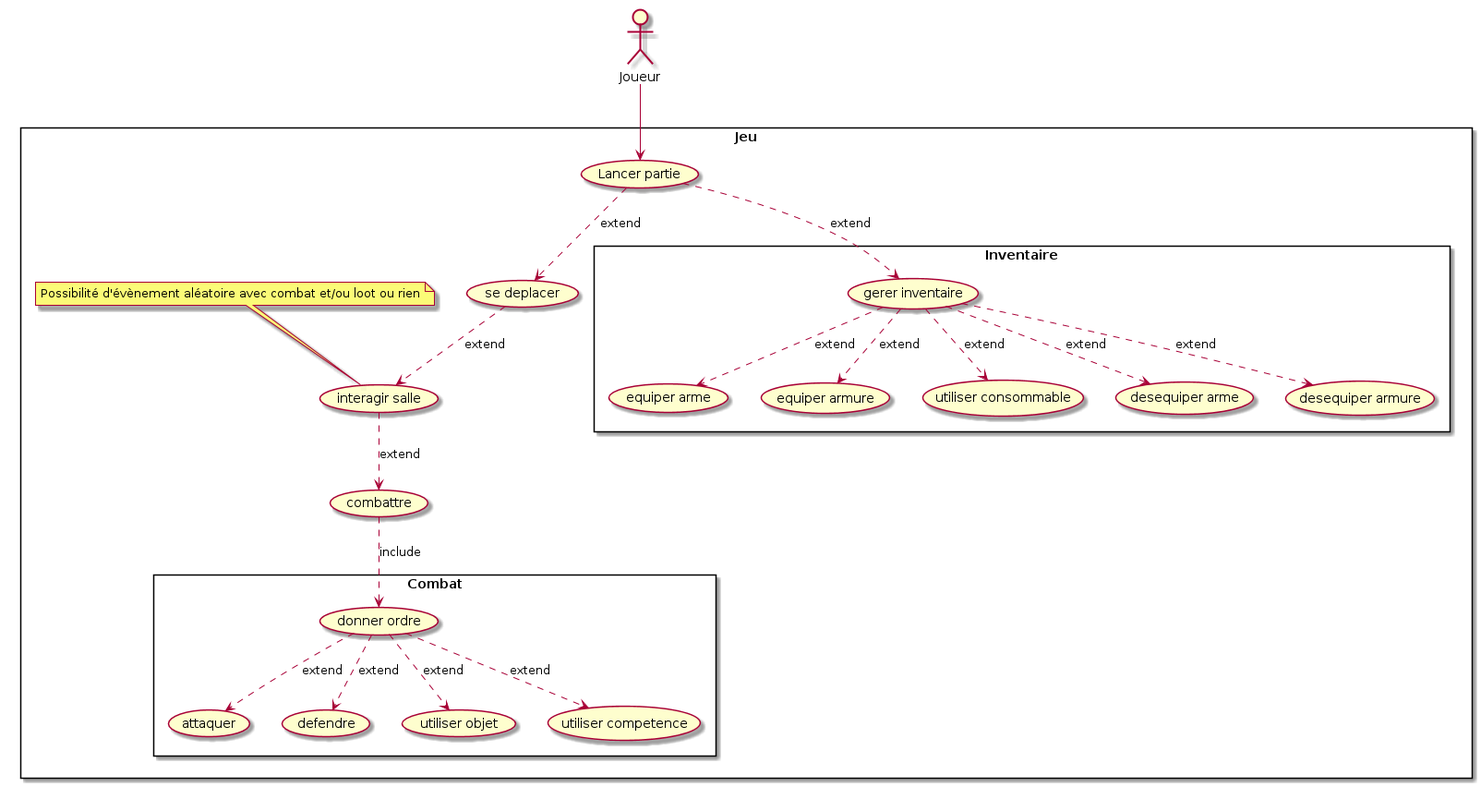
Pyp-o/D-D_bouffe keeps this PlantUML diagram as UML/Use Case/case.png. Above is the earlier version.
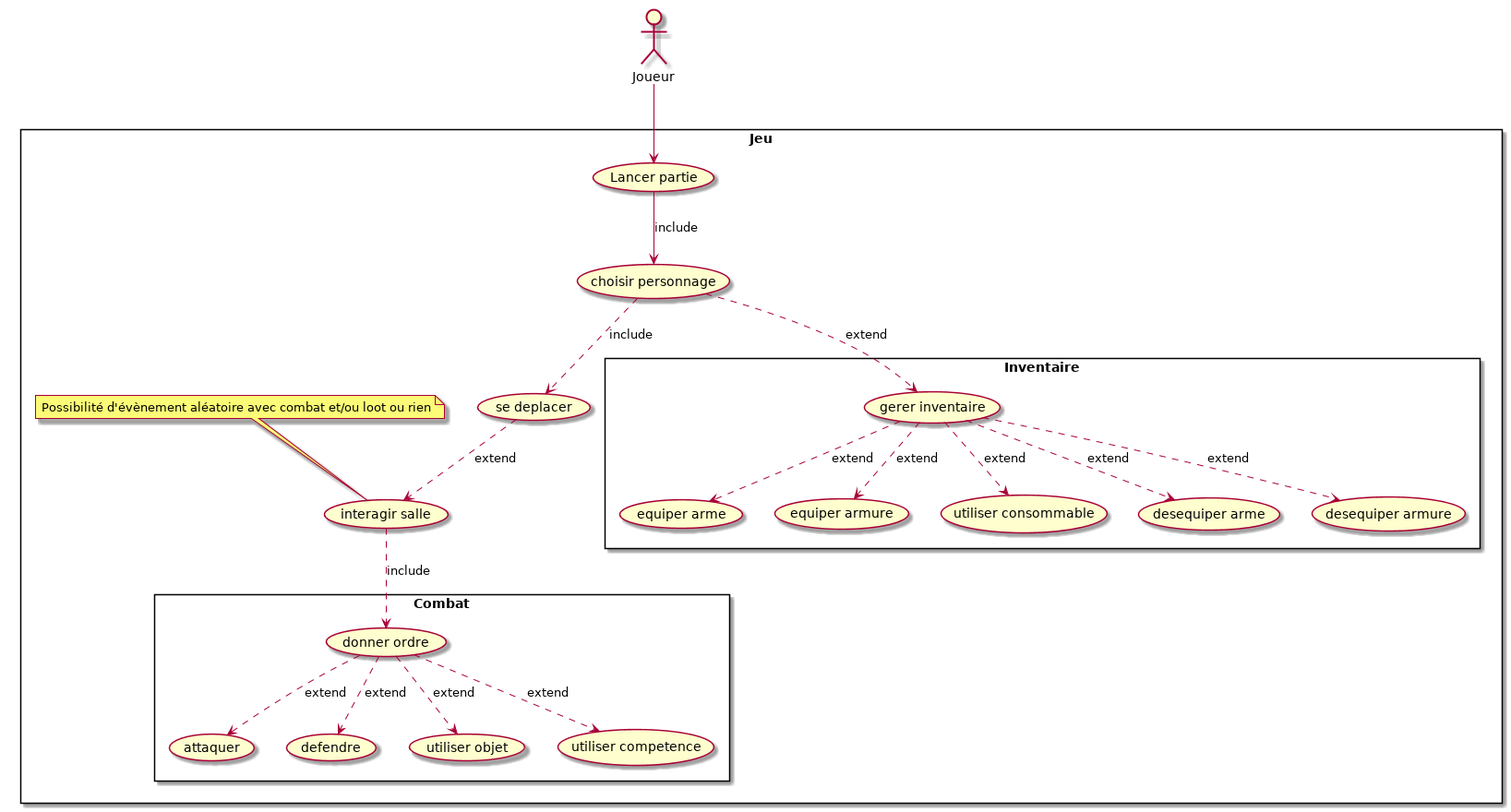
The same file after the commit.

The edit, as a diff of the source:
```diff
@@ -4,14 +4,15 @@
 
 rectangle Jeu{
     Joueur --> (Lancer partie)
-    (Lancer partie) ..> (se deplacer) : extend
+    (Lancer partie) --> (choisir personnage) : include
+    (choisir personnage) ..> (se deplacer) : include
     (se deplacer) ..> (interagir salle) : extend
-    (interagir salle) ..> (combattre) : extend
+
     note left of (interagir salle) : Possibilité d'évènement aléatoire avec combat et/ou loot ou rien
 
     rectangle Combat{
         top to bottom direction
-        (combattre) ..> (donner ordre) : include
+        (interagir salle) ..> (donner ordre) : include
         (donner ordre) ..> (attaquer) : extend
         (donner ordre) ..> (defendre) : extend
         (donner ordre) ..> (utiliser objet) : extend
@@ -20,7 +21,7 @@
 
     rectangle Inventaire{
         top to bottom direction
-        (Lancer partie) ..> (gerer inventaire) : extend
+        (choisir personnage) ..> (gerer inventaire) : extend
         (gerer inventaire) ..> (equiper arme): extend
         (gerer inventaire) ..> (equiper armure): extend
         (gerer inventaire) ..> (utiliser consommable): extend
```
